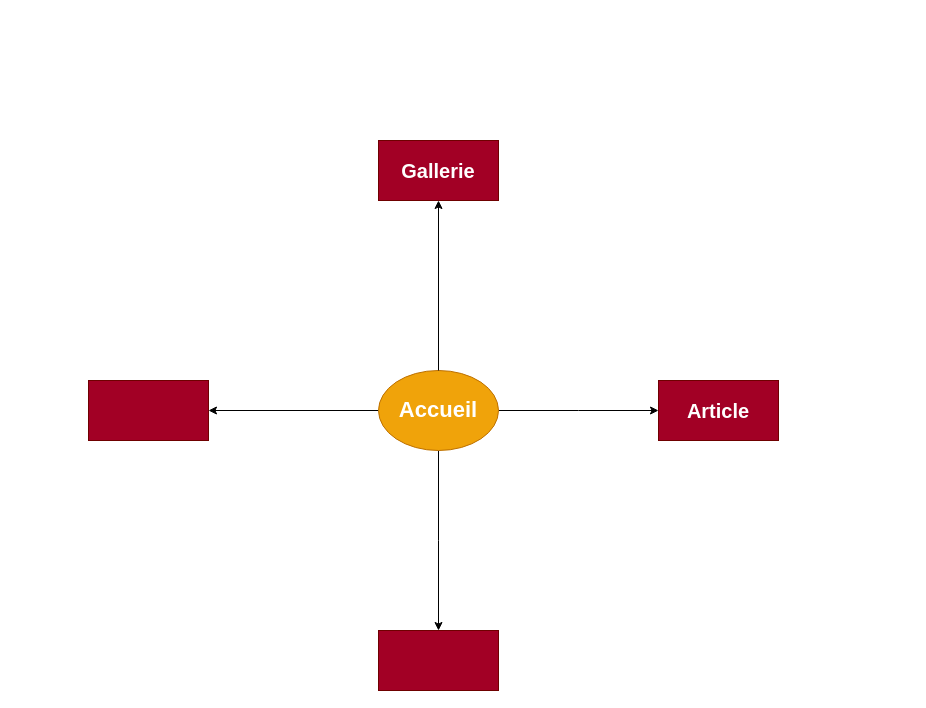
Earlier version of the draw.io diagram arborescense.drawio (Celine-Chan/KansaiNoBouken). Source tidied: cells renumbered, new cells numbered last; positions are measured from the earlier drawing's top-left corner, leaving out a move shared by most shapes. Both pictures are drawn from the tidied source at 100%, with x=0, y=0 at pixel (88, 140).
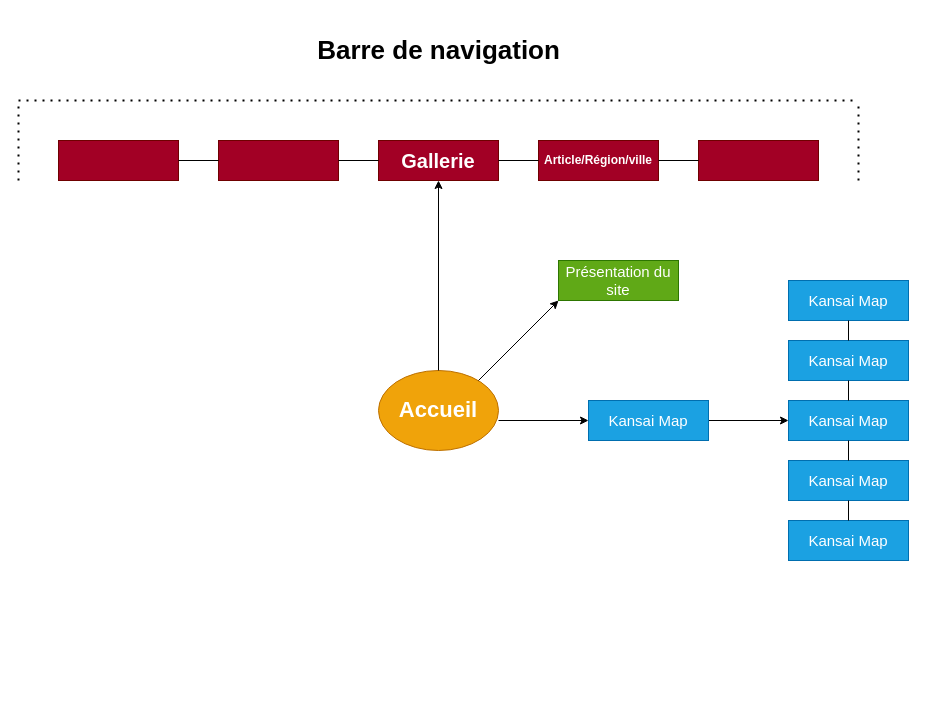
Above is the later version.

The change refers to these unchanged cells:
```xml
<mxCell id="5" value="&lt;b&gt;&lt;font style=&quot;font-size: 22px&quot;&gt;Accueil&lt;/font&gt;&lt;/b&gt;" style="ellipse;whiteSpace=wrap;html=1;fillColor=#f0a30a;strokeColor=#BD7000;fontColor=#ffffff;" parent="1" vertex="1">
  <mxGeometry x="290" y="230" width="120" height="80" as="geometry" />
</mxCell>
```

The edit, as a diff of the source:
```diff
@@
-    <mxCell id="2" style="edgeStyle=orthogonalEdgeStyle;rounded=0;jettySize=auto;html=1;exitX=1;exitY=0.5;exitDx=0;exitDy=0;" parent="1" edge="1" source="5">
-      <mxGeometry relative="1" as="geometry">
-        <mxPoint x="570" y="270" as="targetPoint" />
-      </mxGeometry>
-    </mxCell>
-    <mxCell id="3" style="edgeStyle=orthogonalEdgeStyle;rounded=0;jettySize=auto;html=1;exitX=0.5;exitY=1;exitDx=0;exitDy=0;" parent="1" edge="1" source="5">
-      <mxGeometry relative="1" as="geometry">
-        <mxPoint x="350" y="490" as="targetPoint" />
-      </mxGeometry>
-    </mxCell>
-    <mxCell id="4" style="edgeStyle=orthogonalEdgeStyle;rounded=0;jettySize=auto;html=1;exitX=0;exitY=0.5;exitDx=0;exitDy=0;" parent="1" edge="1" source="5">
-      <mxGeometry relative="1" as="geometry">
-        <mxPoint x="120" y="270" as="targetPoint" />
-      </mxGeometry>
-    </mxCell>
@@
     <mxCell id="7" value="&lt;b&gt;&lt;font style=&quot;font-size: 20px&quot;&gt;Gallerie&lt;/font&gt;&lt;/b&gt;" style="rounded=0;whiteSpace=wrap;html=1;fillColor=#a20025;strokeColor=#6F0000;fontColor=#ffffff;" parent="1" vertex="1">
-      <mxGeometry x="290" width="120" height="60" as="geometry" />
+      <mxGeometry x="290" width="120" height="40" as="geometry" />
     </mxCell>
-    <mxCell id="8" value="&lt;b&gt;&lt;font style=&quot;font-size: 20px&quot;&gt;Article&lt;/font&gt;&lt;/b&gt;" style="rounded=0;whiteSpace=wrap;html=1;fillColor=#a20025;strokeColor=#6F0000;fontColor=#ffffff;" parent="1" vertex="1">
-      <mxGeometry x="570" y="240" width="120" height="60" as="geometry" />
+    <mxCell id="8" value="&lt;b style=&quot;font-size: 12px;&quot;&gt;&lt;font style=&quot;font-size: 12px;&quot;&gt;Article/Région/ville&lt;/font&gt;&lt;/b&gt;" style="rounded=0;whiteSpace=wrap;html=1;fillColor=#a20025;strokeColor=#6F0000;fontColor=#ffffff;fontSize=12;" parent="1" vertex="1">
+      <mxGeometry x="450" width="120" height="40" as="geometry" />
     </mxCell>
     <mxCell id="9" style="rounded=0;whiteSpace=wrap;html=1;fillColor=#a20025;strokeColor=#6F0000;fontColor=#ffffff;" parent="1" vertex="1">
-      <mxGeometry y="240" width="120" height="60" as="geometry" />
+      <mxGeometry x="130" width="120" height="40" as="geometry" />
     </mxCell>
     <mxCell id="10" style="rounded=0;whiteSpace=wrap;html=1;fillColor=#a20025;strokeColor=#6F0000;fontColor=#ffffff;" parent="1" vertex="1">
-      <mxGeometry x="290" y="490" width="120" height="60" as="geometry" />
+      <mxGeometry x="610" width="120" height="40" as="geometry" />
     </mxCell>
+    <mxCell id="11" style="rounded=0;whiteSpace=wrap;html=1;fillColor=#a20025;strokeColor=#6F0000;fontColor=#ffffff;" parent="1" vertex="1">
+      <mxGeometry x="-30" width="120" height="40" as="geometry" />
+    </mxCell>
+    <mxCell id="12" style="endArrow=none;html=1;exitX=1;exitY=0.5;exitDx=0;exitDy=0;" parent="1" edge="1" source="11">
+      <mxGeometry relative="1" as="geometry">
+        <mxPoint x="130" y="20" as="targetPoint" />
+      </mxGeometry>
+    </mxCell>
+    <mxCell id="13" style="endArrow=none;html=1;exitX=1;exitY=0.5;exitDx=0;exitDy=0;" parent="1" edge="1" source="9">
+      <mxGeometry relative="1" as="geometry">
+        <mxPoint x="290" y="20" as="targetPoint" />
+      </mxGeometry>
+    </mxCell>
+    <mxCell id="14" style="endArrow=none;html=1;exitX=1;exitY=0.5;exitDx=0;exitDy=0;" parent="1" edge="1" source="7">
+      <mxGeometry relative="1" as="geometry">
+        <mxPoint x="450" y="20" as="targetPoint" />
+      </mxGeometry>
+    </mxCell>
+    <mxCell id="15" style="endArrow=none;html=1;exitX=1;exitY=0.5;exitDx=0;exitDy=0;" parent="1" edge="1" source="8">
+      <mxGeometry relative="1" as="geometry">
+        <mxPoint x="610" y="20" as="targetPoint" />
+      </mxGeometry>
+    </mxCell>
+    <mxCell id="16" style="endArrow=none;dashed=1;html=1;dashPattern=1 3;strokeWidth=2;" parent="1" edge="1">
+      <mxGeometry relative="1" as="geometry">
+        <mxPoint x="-70" y="40" as="sourcePoint" />
+        <mxPoint x="-70" y="-40" as="targetPoint" />
+      </mxGeometry>
+    </mxCell>
+    <mxCell id="17" style="endArrow=none;dashed=1;html=1;dashPattern=1 3;strokeWidth=2;" parent="1" edge="1">
+      <mxGeometry relative="1" as="geometry">
+        <mxPoint x="-70" y="-40" as="sourcePoint" />
+        <mxPoint x="770" y="-40" as="targetPoint" />
+      </mxGeometry>
+    </mxCell>
+    <mxCell id="18" style="endArrow=none;dashed=1;html=1;dashPattern=1 3;strokeWidth=2;" parent="1" edge="1">
+      <mxGeometry relative="1" as="geometry">
+        <mxPoint x="770" y="40" as="sourcePoint" />
+        <mxPoint x="770" y="-40" as="targetPoint" />
+      </mxGeometry>
+    </mxCell>
+    <mxCell id="19" value="&lt;h1&gt;&lt;font style=&quot;font-size: 26px&quot;&gt;Barre de navigation&lt;/font&gt;&lt;/h1&gt;" style="text;html=1;align=center;verticalAlign=middle;horizontal=1;fontSize=13;" parent="1" vertex="1">
+      <mxGeometry x="220" y="-120" width="260" height="60" as="geometry" />
+    </mxCell>
+    <mxCell id="20" style="endArrow=classic;html=1;fontSize=13;" parent="1" edge="1">
+      <mxGeometry relative="1" as="geometry">
+        <mxPoint x="390" y="240" as="sourcePoint" />
+        <mxPoint x="470" y="160" as="targetPoint" />
+      </mxGeometry>
+    </mxCell>
+    <mxCell id="21" value="Présentation du site" style="rounded=0;whiteSpace=wrap;html=1;fontSize=15;fillColor=#60a917;strokeColor=#2D7600;fontColor=#ffffff;" parent="1" vertex="1">
+      <mxGeometry x="470" y="120" width="120" height="40" as="geometry" />
+    </mxCell>
+    <mxCell id="22" style="endArrow=classic;html=1;fontSize=15;" parent="1" edge="1">
+      <mxGeometry relative="1" as="geometry">
+        <mxPoint x="410" y="280" as="sourcePoint" />
+        <mxPoint x="500" y="280" as="targetPoint" />
+      </mxGeometry>
+    </mxCell>
+    <mxCell id="23" style="edgeStyle=orthogonalEdgeStyle;rounded=0;jettySize=auto;html=1;fontSize=12;" parent="1" edge="1" source="24" target="25">
+      <mxGeometry relative="1" as="geometry" />
+    </mxCell>
+    <mxCell id="24" value="Kansai Map" style="rounded=0;whiteSpace=wrap;html=1;fontSize=15;fillColor=#1ba1e2;strokeColor=#006EAF;fontColor=#ffffff;" parent="1" vertex="1">
+      <mxGeometry x="500" y="260" width="120" height="40" as="geometry" />
+    </mxCell>
+    <mxCell id="25" value="Kansai Map" style="rounded=0;whiteSpace=wrap;html=1;fontSize=15;fillColor=#1ba1e2;strokeColor=#006EAF;fontColor=#ffffff;" parent="1" vertex="1">
+      <mxGeometry x="700" y="260" width="120" height="40" as="geometry" />
+    </mxCell>
+    <mxCell id="26" value="Kansai Map" style="rounded=0;whiteSpace=wrap;html=1;fontSize=15;fillColor=#1ba1e2;strokeColor=#006EAF;fontColor=#ffffff;" parent="1" vertex="1">
+      <mxGeometry x="700" y="200" width="120" height="40" as="geometry" />
+    </mxCell>
+    <mxCell id="27" value="Kansai Map" style="rounded=0;whiteSpace=wrap;html=1;fontSize=15;fillColor=#1ba1e2;strokeColor=#006EAF;fontColor=#ffffff;" parent="1" vertex="1">
+      <mxGeometry x="700" y="140" width="120" height="40" as="geometry" />
+    </mxCell>
+    <mxCell id="28" value="Kansai Map" style="rounded=0;whiteSpace=wrap;html=1;fontSize=15;fillColor=#1ba1e2;strokeColor=#006EAF;fontColor=#ffffff;" parent="1" vertex="1">
+      <mxGeometry x="700" y="320" width="120" height="40" as="geometry" />
+    </mxCell>
+    <mxCell id="29" value="Kansai Map" style="rounded=0;whiteSpace=wrap;html=1;fontSize=15;fillColor=#1ba1e2;strokeColor=#006EAF;fontColor=#ffffff;" parent="1" vertex="1">
+      <mxGeometry x="700" y="380" width="120" height="40" as="geometry" />
+    </mxCell>
+    <mxCell id="30" style="endArrow=none;html=1;fontSize=12;exitX=0.5;exitY=0;exitDx=0;exitDy=0;" parent="1" edge="1" source="26">
+      <mxGeometry relative="1" as="geometry">
+        <mxPoint x="760" y="180" as="targetPoint" />
+      </mxGeometry>
+    </mxCell>
+    <mxCell id="31" style="endArrow=none;html=1;fontSize=12;entryX=0.5;entryY=1;entryDx=0;entryDy=0;exitX=0.5;exitY=0;exitDx=0;exitDy=0;" parent="1" edge="1" source="25" target="26">
+      <mxGeometry relative="1" as="geometry" />
+    </mxCell>
+    <mxCell id="32" style="endArrow=none;html=1;fontSize=12;entryX=0.5;entryY=1;entryDx=0;entryDy=0;exitX=0.5;exitY=0;exitDx=0;exitDy=0;" parent="1" edge="1" source="28" target="25">
+      <mxGeometry relative="1" as="geometry" />
+    </mxCell>
+    <mxCell id="33" style="endArrow=none;html=1;fontSize=12;entryX=0.5;entryY=1;entryDx=0;entryDy=0;exitX=0.5;exitY=0;exitDx=0;exitDy=0;" parent="1" edge="1" source="29" target="28">
+      <mxGeometry relative="1" as="geometry" />
+    </mxCell>
```
